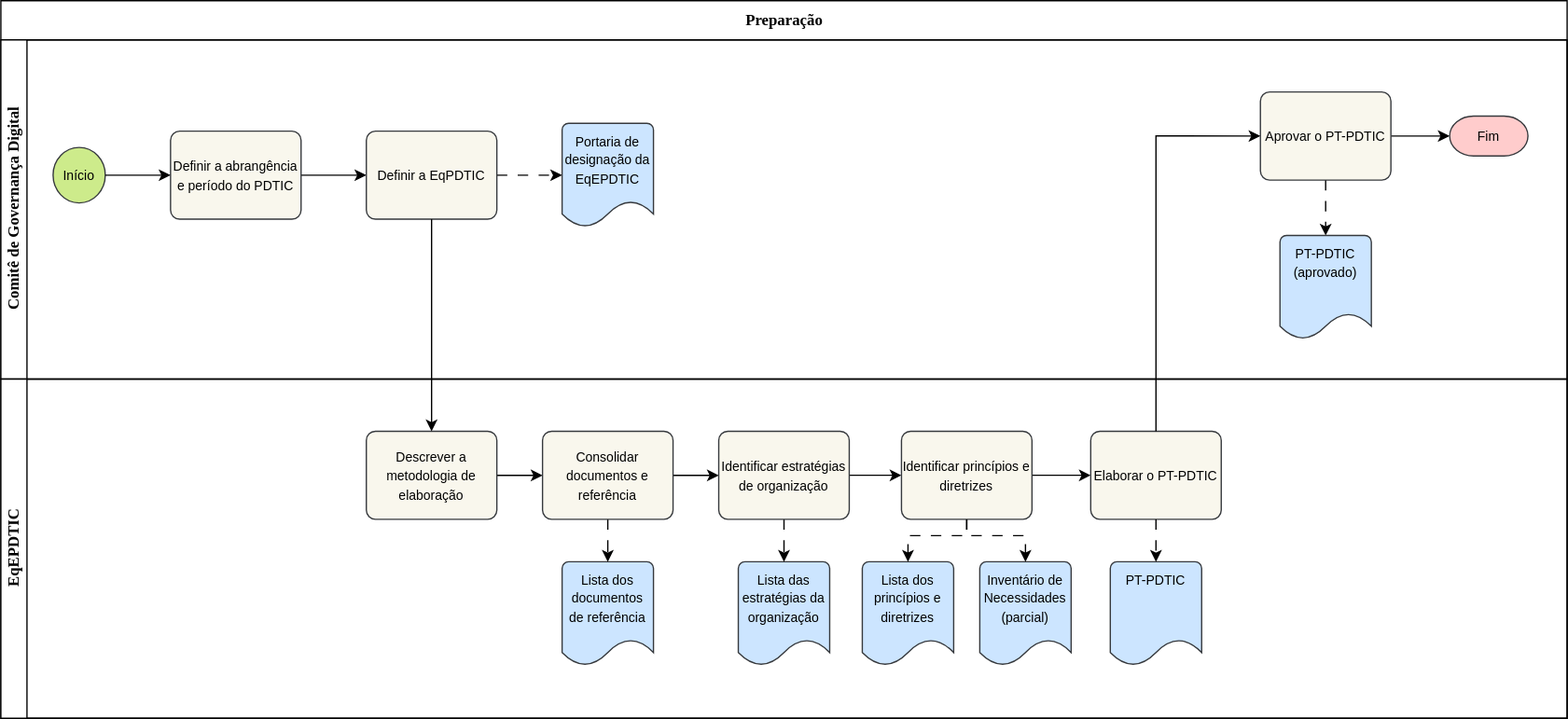
The draw.io diagram fluxo_preparacao.drawio.svg in Bariand/diagramas-gestao-ufpel, before a commit. Source tidied: cells renumbered, new cells last; positions are measured from the earlier drawing's top-left corner, leaving out a move shared by most shapes.
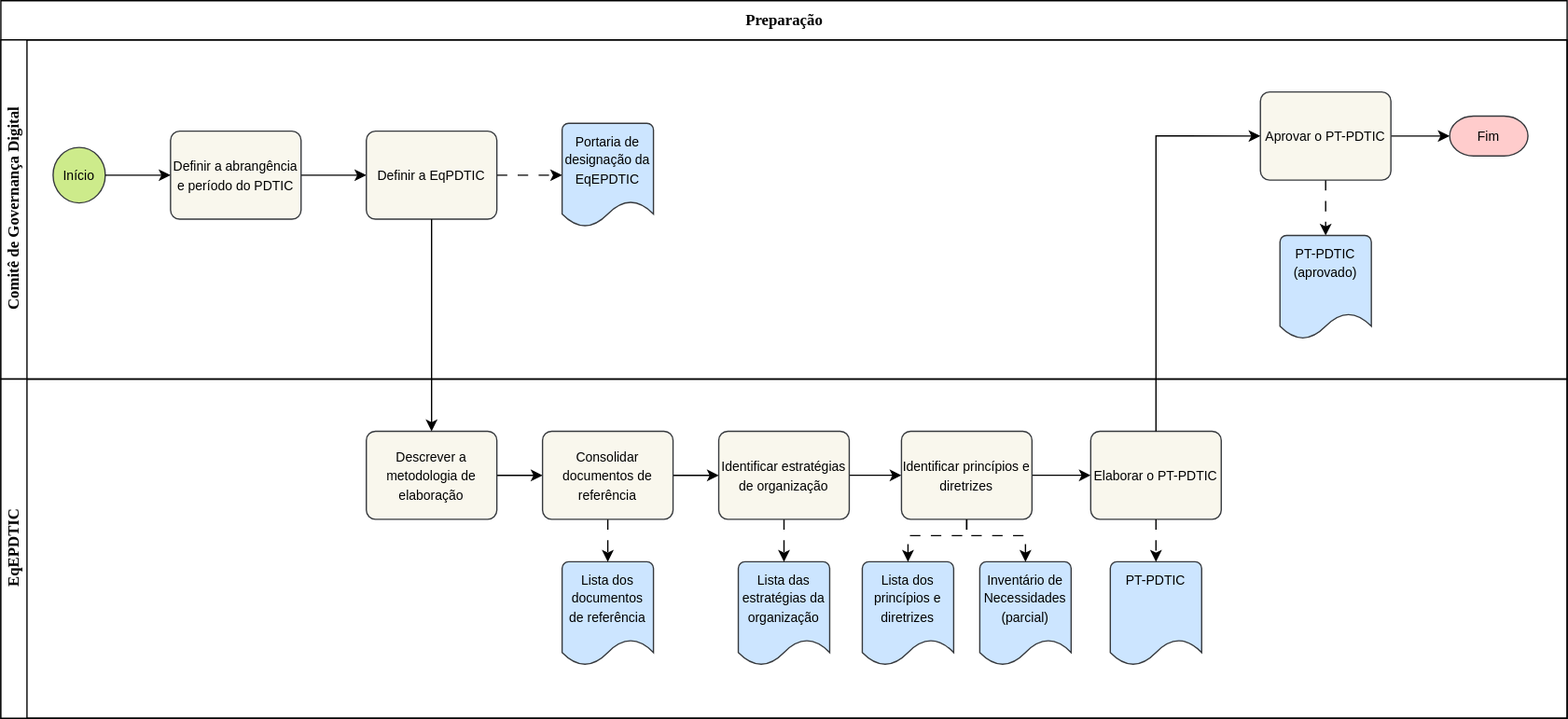
After the commit.

Diff of the diagram source:
```diff
@@ -109,7 +109,7 @@
     <mxCell id="32" style="edgeStyle=orthogonalEdgeStyle;rounded=0;jettySize=auto;html=1;dashed=1;dashPattern=8 8;" parent="19" edge="1" source="33" target="24">
       <mxGeometry relative="1" as="geometry" />
     </mxCell>
-    <mxCell id="33" value="&lt;font style=&quot;font-size: 10px;&quot;&gt;Consolidar documentos e referência&lt;/font&gt;" style="rounded=1;whiteSpace=wrap;html=1;absoluteArcSize=1;arcSize=14;strokeWidth=1;fillColor=#f9f7ed;strokeColor=#36393d;swimlaneLine=1;shadow=0;" parent="19" vertex="1">
+    <mxCell id="33" value="&lt;font style=&quot;font-size: 10px;&quot;&gt;Consolidar documentos de referência&lt;/font&gt;" style="rounded=1;whiteSpace=wrap;html=1;absoluteArcSize=1;arcSize=14;strokeWidth=1;fillColor=#f9f7ed;strokeColor=#36393d;swimlaneLine=1;shadow=0;" parent="19" vertex="1">
       <mxGeometry x="415" y="40" width="100" height="67.5" as="geometry" />
     </mxCell>
     <mxCell id="34" style="edgeStyle=orthogonalEdgeStyle;rounded=0;jettySize=auto;html=1;" parent="19" edge="1" source="36" target="39">
```
